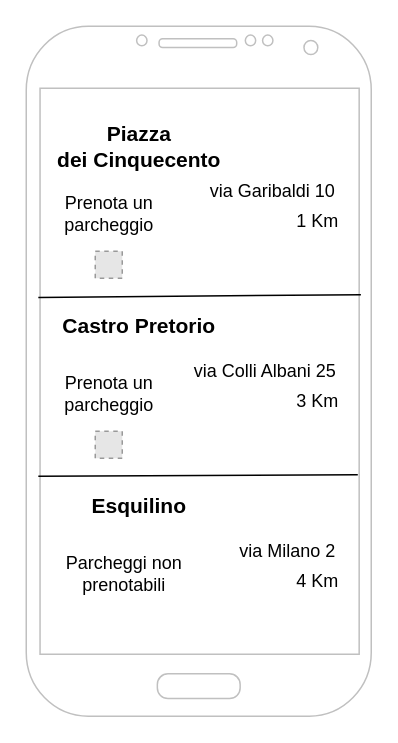
This is Wireframe.drawio from ChiaraGismondi02/2020-21-verifica, a draw.io file, before an edit. Source tidied: cells renumbered, new cells numbered last; positions are measured from the earlier drawing's top-left corner, leaving out a move shared by most shapes. Both pictures are drawn from the tidied source at 150%, with x=0, y=0 at pixel (26, 26). Pictures stored in the file or linked from it are replaced by grey dashed boxes.
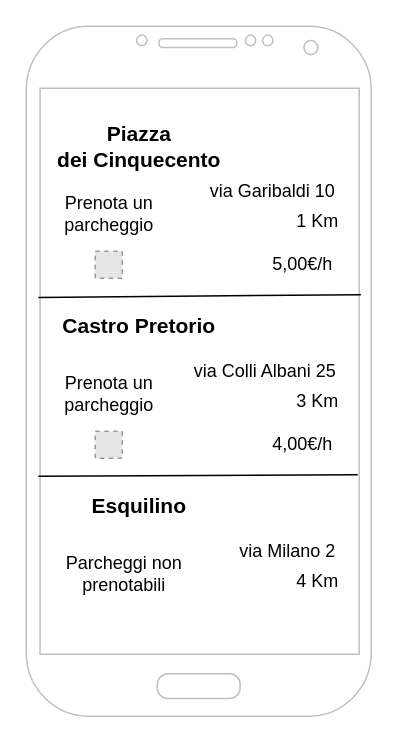
Above is the later version.

Diff of the diagram source:
```diff
@@
+    <mxCell id="20" value="5,00€/h" style="text;html=1;align=center;verticalAlign=middle;fillColor=none;strokeColor=none;rounded=0;" parent="1" vertex="1">
+      <mxGeometry x="154" y="149" width="60" height="20" as="geometry" />
+    </mxCell>
+    <mxCell id="21" value="4,00€/h" style="text;html=1;align=center;verticalAlign=middle;fillColor=none;strokeColor=none;rounded=0;" parent="1" vertex="1">
+      <mxGeometry x="154" y="269" width="60" height="20" as="geometry" />
+    </mxCell>
```
